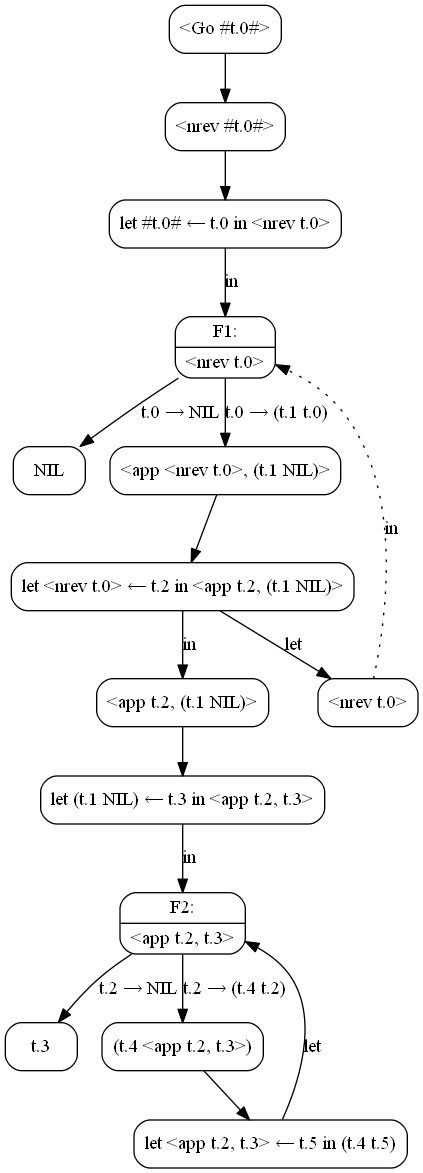
Above: pics/4010-nrev.png in Mazdaywik/mazdaywik.github.io (Graphviz), before the change. Its source is kept beside it as pics/4010-nrev.dot. Source of this version:
```dot
digraph {
  node [shape=box, style=rounded];

  C0 [label="<Go #t.0#>"];
  C1 [label="<nrev #t.0#>"];
  C0 -> C1;
  C2 [label="let #t.0# ← t.0 in <nrev t.0>"];
  C1 -> C2;
  F1 [shape=record, label="{F1:|\<nrev t.0\>}"];
  C2 -> F1 [label="in"];
  C3 [label="NIL"];
  F1 -> C3 [label="t.0 → NIL"];
  C4 [label="<app <nrev t.0>, (t.1 NIL)>"];
  F1 -> C4 [label="t.0 → (t.1 t.0)"];
  C5 [label="let <nrev t.0> ← t.2 in <app t.2, (t.1 NIL)>"];
  C4 -> C5;
  C6 [label="<nrev t.0>"];
  C5 -> C6 [label="let"];
  C6 -> F1 [label="in", style=dotted];
  C7 [label="<app t.2, (t.1 NIL)>"];
  C5 -> C7 [label="in"];
  C8 [label="let (t.1 NIL) ← t.3 in <app t.2, t.3>"];
  C7 -> C8;
  F2 [shape=record, label="{F2:|\<app t.2, t.3\>}"];
  C8 -> F2 [label="in"];
  C9 [label="t.3"];
  F2 -> C9 [label="t.2 → NIL"];
  C10 [label="(t.4 <app t.2, t.3>)"];
  F2 -> C10 [label="t.2 → (t.4 t.2)"];
  C11 [label="let <app t.2, t.3> ← t.5 in (t.4 t.5)"];
  C10 -> C11;
  C11 -> F2 [label="let"];
}
```
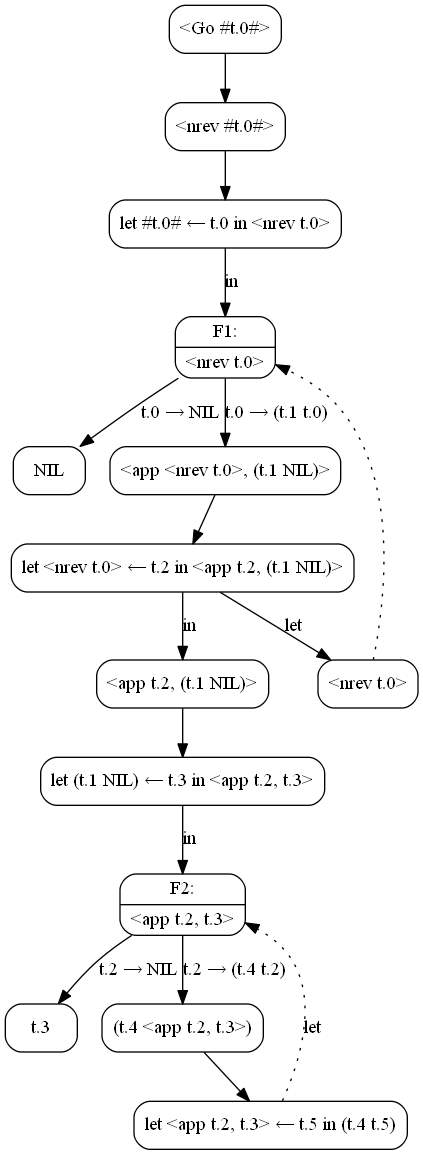
The same diagram one commit later.

Commit message:
Исправлена опечатка в M0 дистилляции nrev

The edit, as a diff of the source:
```diff
@@ -16,7 +16,7 @@
   C4 -> C5;
   C6 [label="<nrev t.0>"];
   C5 -> C6 [label="let"];
-  C6 -> F1 [label="in", style=dotted];
+  C6 -> F1 [style=dotted];
   C7 [label="<app t.2, (t.1 NIL)>"];
   C5 -> C7 [label="in"];
   C8 [label="let (t.1 NIL) ← t.3 in <app t.2, t.3>"];
@@ -29,5 +29,5 @@
   F2 -> C10 [label="t.2 → (t.4 t.2)"];
   C11 [label="let <app t.2, t.3> ← t.5 in (t.4 t.5)"];
   C10 -> C11;
-  C11 -> F2 [label="let"];
+  C11 -> F2 [label="let", style=dotted];
 }
```
